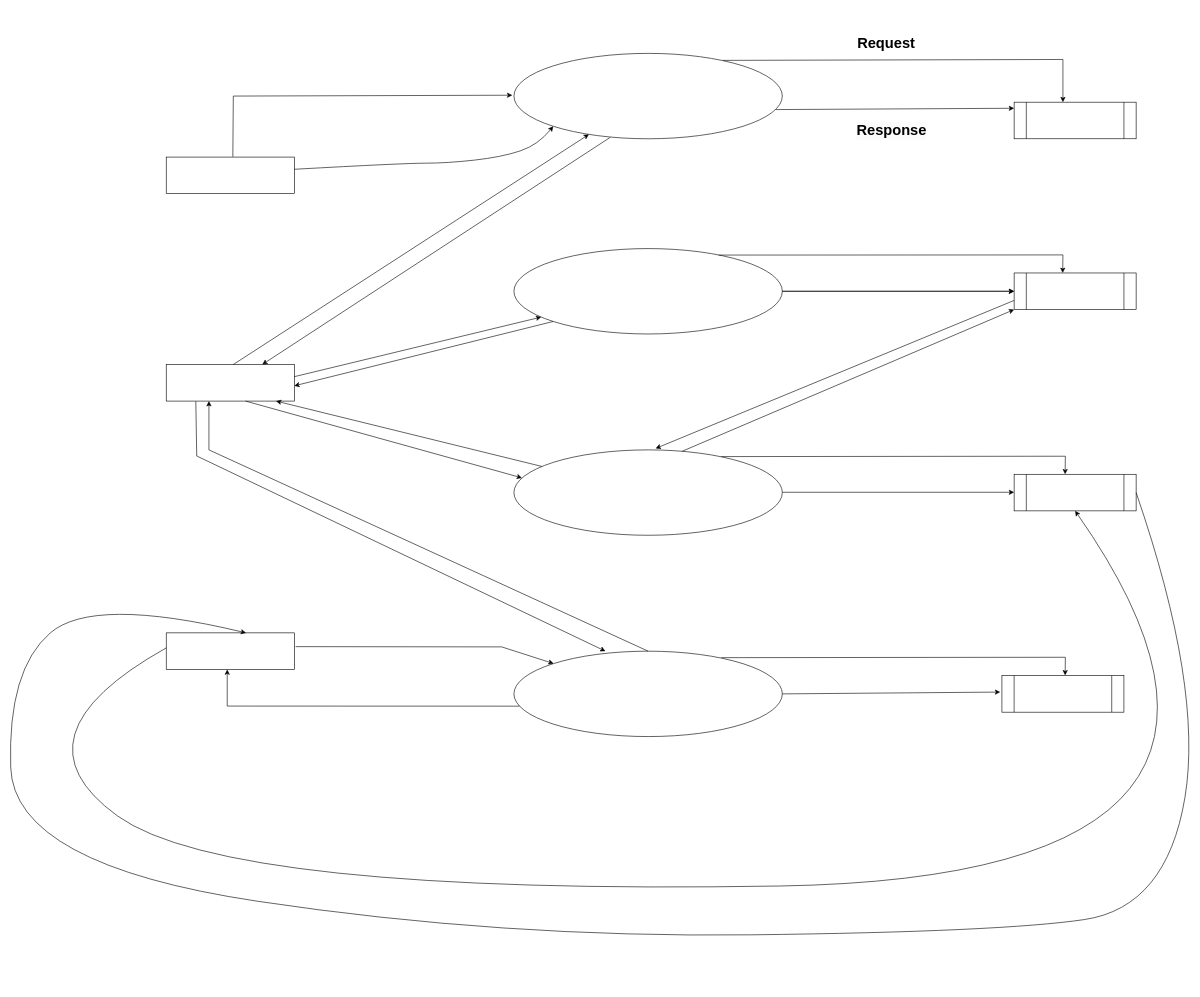
Above: Untitled Diagram.drawio in omkarjha/Online-Examination-System (draw.io), before the change. Source tidied: cells renumbered, new cells numbered last; positions are measured from the earlier drawing's top-left corner, leaving out a move shared by most shapes. Both pictures are drawn from the tidied source at 61%, with x=0, y=0 at pixel (7, 21).
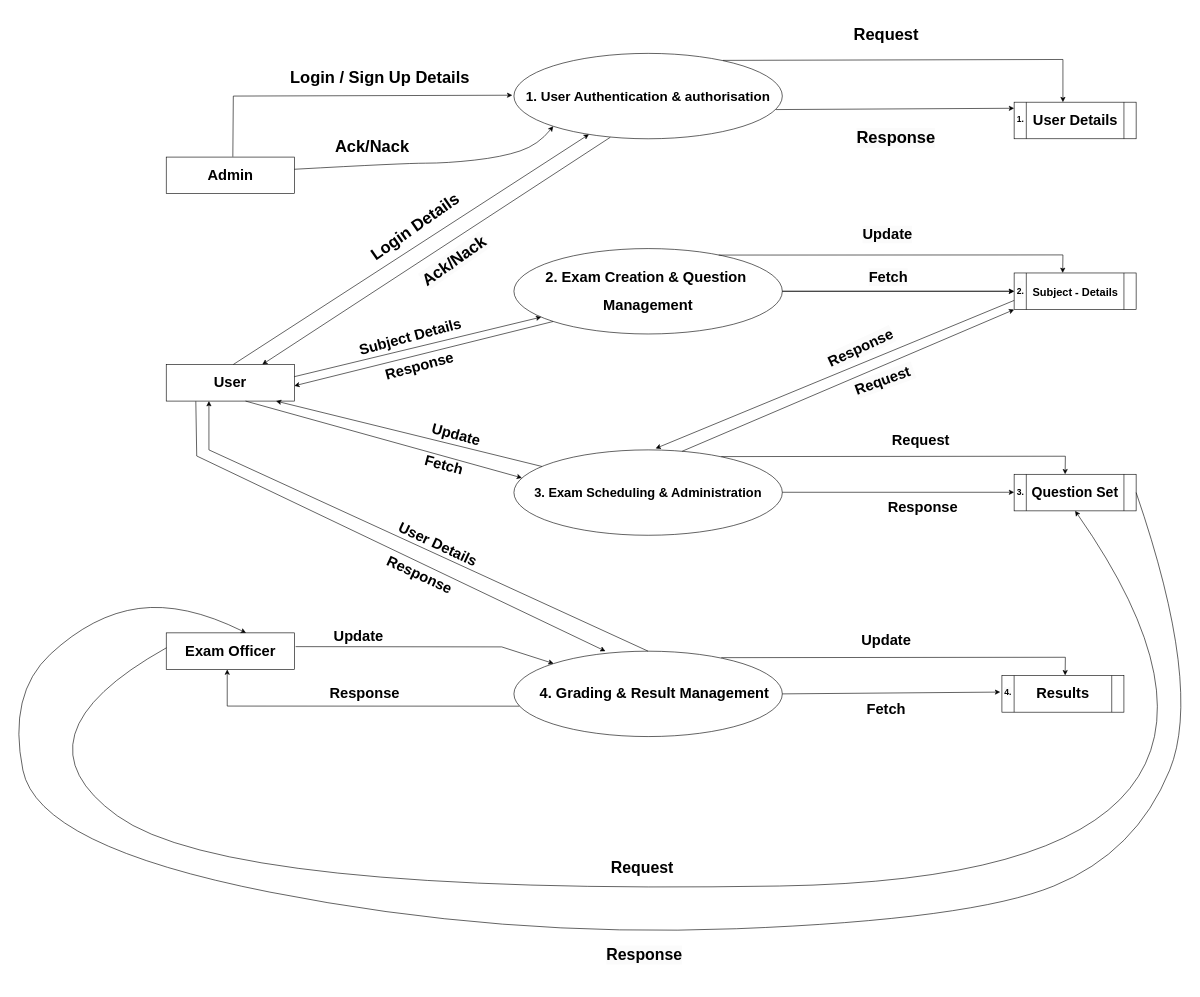
Above is the later version.

Unchanged cells that the change refers to:
```xml
<mxCell id="6" style="rounded=0;whiteSpace=wrap;html=1;" parent="1" vertex="1">
  <mxGeometry x="260" y="1002" width="210" height="60" as="geometry" />
</mxCell>
```

Diff of the diagram source:
```diff
@@
-    <mxCell id="3" style="ellipse;whiteSpace=wrap;html=1;" parent="1" vertex="1">
+    <mxCell id="3" value="&lt;h1&gt;&lt;font style=&quot;font-size: 22px;&quot;&gt;1. User Authentication &amp;amp; authorisation&lt;/font&gt;&lt;/h1&gt;" style="ellipse;whiteSpace=wrap;html=1;" parent="1" vertex="1">
       <mxGeometry x="830" y="52" width="440" height="140" as="geometry" />
     </mxCell>
@@
-    <mxCell id="5" style="rounded=0;whiteSpace=wrap;html=1;" parent="1" vertex="1">
+    <mxCell id="5" value="&lt;h1&gt;User&lt;/h1&gt;" style="rounded=0;whiteSpace=wrap;html=1;" parent="1" vertex="1">
       <mxGeometry x="260" y="562" width="210" height="60" as="geometry" />
     </mxCell>
@@
-    <mxCell id="7" style="ellipse;whiteSpace=wrap;html=1;" parent="1" vertex="1">
+    <mxCell id="7" value="&lt;h1&gt;2. Exam Creation &amp;amp; Question&amp;nbsp;&lt;/h1&gt;&lt;h1&gt;Management&lt;/h1&gt;" style="ellipse;whiteSpace=wrap;html=1;" parent="1" vertex="1">
       <mxGeometry x="830" y="372" width="440" height="140" as="geometry" />
     </mxCell>
-    <mxCell id="8" style="ellipse;whiteSpace=wrap;html=1;" parent="1" vertex="1">
+    <mxCell id="8" value="&lt;h1&gt;&lt;font style=&quot;font-size: 21px;&quot;&gt;3. Exam Scheduling &amp;amp; Administration&lt;/font&gt;&lt;/h1&gt;" style="ellipse;whiteSpace=wrap;html=1;align=center;" parent="1" vertex="1">
       <mxGeometry x="830" y="702" width="440" height="140" as="geometry" />
     </mxCell>
-    <mxCell id="9" style="ellipse;whiteSpace=wrap;html=1;" parent="1" vertex="1">
+    <mxCell id="9" style="ellipse;whiteSpace=wrap;html=1;align=left;" parent="1" vertex="1">
       <mxGeometry x="830" y="1032" width="440" height="140" as="geometry" />
     </mxCell>
@@
-    <mxCell id="11" style="shape=process;whiteSpace=wrap;html=1;backgroundOutline=1;" parent="1" vertex="1">
+    <mxCell id="11" value="&lt;h1&gt;&lt;font style=&quot;font-size: 23px;&quot;&gt;Question Set&lt;/font&gt;&lt;/h1&gt;" style="shape=process;whiteSpace=wrap;html=1;backgroundOutline=1;" parent="1" vertex="1">
       <mxGeometry x="1650" y="742" width="200" height="60" as="geometry" />
     </mxCell>
-    <mxCell id="12" style="shape=process;whiteSpace=wrap;html=1;backgroundOutline=1;" parent="1" vertex="1">
+    <mxCell id="12" value="&lt;h1&gt;Results&lt;/h1&gt;" style="shape=process;whiteSpace=wrap;html=1;backgroundOutline=1;" parent="1" vertex="1">
       <mxGeometry x="1630" y="1072" width="200" height="60" as="geometry" />
     </mxCell>
@@
     <mxCell id="35" style="curved=1;endArrow=classic;html=1;rounded=0;exitX=1;exitY=0.5;exitDx=0;exitDy=0;entryX=0.623;entryY=0;entryDx=0;entryDy=0;entryPerimeter=0;" parent="1" edge="1" source="11" target="6">
       <mxGeometry relative="1" as="geometry">
         <Array as="points">
           <mxPoint x="1960" y="1092" />
-          <mxPoint x="1900" y="1452" />
-          <mxPoint x="1630" y="1492" />
+          <mxPoint x="1850" y="1362" />
+          <mxPoint x="1580" y="1472" />
           <mxPoint x="810" y="1502" />
-          <mxPoint x="10" y="1382" />
-          <mxPoint y="1062" />
-          <mxPoint x="140" y="942" />
+          <mxPoint x="50" y="1352" />
+          <mxPoint y="1102" />
+          <mxPoint x="140" y="972" />
+          <mxPoint x="290" y="952" />
         </Array>
       </mxGeometry>
     </mxCell>
@@
-    <mxCell id="38" value="&lt;h1&gt;Request&lt;/h1&gt;" style="text;html=1;align=center;verticalAlign=middle;strokeColor=none;fillColor=none;" parent="1" vertex="1">
-      <mxGeometry x="1380" width="120" height="70" as="geometry" />
+    <mxCell id="38" value="&lt;h1&gt;&lt;font style=&quot;font-size: 27px;&quot;&gt;Request&lt;/font&gt;&lt;/h1&gt;" style="text;html=1;align=center;verticalAlign=middle;strokeColor=none;fillColor=none;" parent="1" vertex="1">
+      <mxGeometry x="1375" y="-18" width="130" height="80" as="geometry" />
     </mxCell>
-    <mxCell id="39" value="&lt;h1 style=&quot;border-color: var(--border-color); color: rgb(0, 0, 0); font-family: Helvetica; font-style: normal; font-variant-ligatures: normal; font-variant-caps: normal; letter-spacing: normal; orphans: 2; text-align: center; text-indent: 0px; text-transform: none; widows: 2; word-spacing: 0px; -webkit-text-stroke-width: 0px; background-color: rgb(251, 251, 251); text-decoration-thickness: initial; text-decoration-style: initial; text-decoration-color: initial;&quot;&gt;Response&lt;/h1&gt;" style="text;whiteSpace=wrap;html=1;" parent="1" vertex="1">
-      <mxGeometry x="1390" y="142" width="130" height="80" as="geometry" />
+    <mxCell id="39" value="&lt;h1 style=&quot;border-color: var(--border-color); color: rgb(0, 0, 0); font-family: Helvetica; font-style: normal; font-variant-ligatures: normal; font-variant-caps: normal; letter-spacing: normal; orphans: 2; text-align: center; text-indent: 0px; text-transform: none; widows: 2; word-spacing: 0px; -webkit-text-stroke-width: 0px; background-color: rgb(251, 251, 251); text-decoration-thickness: initial; text-decoration-style: initial; text-decoration-color: initial;&quot;&gt;&lt;font style=&quot;font-size: 27px;&quot;&gt;Response&lt;/font&gt;&lt;/h1&gt;" style="text;whiteSpace=wrap;html=1;strokeWidth=4;" parent="1" vertex="1">
+      <mxGeometry x="1390" y="152" width="130" height="80" as="geometry" />
     </mxCell>
+    <mxCell id="40" value="&lt;h1&gt;&lt;font style=&quot;font-size: 27px;&quot;&gt;Login / Sign Up Details&lt;/font&gt;&lt;/h1&gt;" style="text;html=1;align=center;verticalAlign=middle;strokeColor=none;fillColor=none;" parent="1" vertex="1">
+      <mxGeometry x="450" y="52" width="320" height="80" as="geometry" />
+    </mxCell>
+    <mxCell id="41" value="&lt;h1&gt;&lt;font style=&quot;font-size: 27px;&quot;&gt;Ack/Nack&lt;/font&gt;&lt;/h1&gt;" style="text;html=1;align=left;verticalAlign=middle;strokeColor=none;fillColor=none;" parent="1" vertex="1">
+      <mxGeometry x="535" y="165" width="150" height="80" as="geometry" />
+    </mxCell>
+    <mxCell id="42" value="&lt;h1&gt;&lt;font style=&quot;font-size: 27px;&quot;&gt;Login Details&lt;/font&gt;&lt;/h1&gt;" style="text;html=1;align=left;verticalAlign=middle;strokeColor=none;fillColor=none;rotation=-35;" parent="1" vertex="1">
+      <mxGeometry x="580" y="292" width="190" height="80" as="geometry" />
+    </mxCell>
+    <mxCell id="43" value="&lt;h1 style=&quot;border-color: var(--border-color); color: rgb(0, 0, 0); font-family: Helvetica; font-style: normal; font-variant-ligatures: normal; font-variant-caps: normal; letter-spacing: normal; orphans: 2; text-align: left; text-indent: 0px; text-transform: none; widows: 2; word-spacing: 0px; -webkit-text-stroke-width: 0px; background-color: rgb(251, 251, 251); text-decoration-thickness: initial; text-decoration-style: initial; text-decoration-color: initial;&quot;&gt;&lt;font style=&quot;border-color: var(--border-color); font-size: 27px;&quot;&gt;Ack/Nack&lt;/font&gt;&lt;/h1&gt;" style="text;whiteSpace=wrap;html=1;rotation=-35;" parent="1" vertex="1">
+      <mxGeometry x="670" y="342" width="160" height="90" as="geometry" />
+    </mxCell>
+    <mxCell id="44" value="&lt;h1&gt;&lt;font style=&quot;font-size: 14px;&quot;&gt;1.&lt;/font&gt;&lt;/h1&gt;" style="text;html=1;align=center;verticalAlign=middle;strokeColor=none;fillColor=none;" parent="1" vertex="1">
+      <mxGeometry x="1640" y="122" width="40" height="70" as="geometry" />
+    </mxCell>
+    <mxCell id="45" value="&lt;h1 style=&quot;border-color: var(--border-color); color: rgb(0, 0, 0); font-family: Helvetica; font-style: normal; font-variant-ligatures: normal; font-variant-caps: normal; letter-spacing: normal; orphans: 2; text-indent: 0px; text-transform: none; widows: 2; word-spacing: 0px; -webkit-text-stroke-width: 0px; background-color: rgb(251, 251, 251); text-decoration-thickness: initial; text-decoration-style: initial; text-decoration-color: initial;&quot;&gt;&lt;font style=&quot;border-color: var(--border-color); font-size: 14px;&quot;&gt;2.&lt;/font&gt;&lt;/h1&gt;" style="text;whiteSpace=wrap;html=1;align=center;" parent="1" vertex="1">
+      <mxGeometry x="1647.5" y="402" width="25" height="70" as="geometry" />
+    </mxCell>
+    <mxCell id="46" value="&lt;b style=&quot;border-color: var(--border-color); font-size: 14px;&quot;&gt;3.&lt;/b&gt;" style="text;html=1;align=center;verticalAlign=middle;strokeColor=none;fillColor=none;" parent="1" vertex="1">
+      <mxGeometry x="1640" y="757" width="40" height="30" as="geometry" />
+    </mxCell>
+    <mxCell id="47" value="&lt;p&gt;&lt;b style=&quot;border-color: var(--border-color); color: rgb(0, 0, 0); font-family: Helvetica; font-size: 14px; font-style: normal; font-variant-ligatures: normal; font-variant-caps: normal; letter-spacing: normal; orphans: 2; text-indent: 0px; text-transform: none; widows: 2; word-spacing: 0px; -webkit-text-stroke-width: 0px; background-color: rgb(251, 251, 251); text-decoration-thickness: initial; text-decoration-style: initial; text-decoration-color: initial;&quot;&gt;4.&lt;/b&gt;&lt;/p&gt;" style="text;whiteSpace=wrap;html=1;align=center;" parent="1" vertex="1">
+      <mxGeometry x="1620" y="1072" width="40" height="40" as="geometry" />
+    </mxCell>
+    <mxCell id="48" value="&lt;h1&gt;Admin&lt;/h1&gt;" style="text;html=1;align=center;verticalAlign=middle;strokeColor=none;fillColor=none;" parent="1" vertex="1">
+      <mxGeometry x="315" y="217" width="100" height="70" as="geometry" />
+    </mxCell>
+    <mxCell id="49" value="&lt;h1&gt;&lt;b&gt;Exam Officer&lt;/b&gt;&lt;/h1&gt;" style="text;html=1;align=center;verticalAlign=middle;strokeColor=none;fillColor=none;" parent="1" vertex="1">
+      <mxGeometry x="280" y="997" width="170" height="70" as="geometry" />
+    </mxCell>
+    <mxCell id="50" value="&lt;h1&gt;&lt;b&gt;4. Grading &amp;amp; Result Management&lt;/b&gt;&lt;/h1&gt;" style="text;html=1;align=center;verticalAlign=middle;strokeColor=none;fillColor=none;" parent="1" vertex="1">
+      <mxGeometry x="860" y="1067" width="400" height="70" as="geometry" />
+    </mxCell>
+    <mxCell id="51" value="&lt;h1&gt;Subject Details&lt;/h1&gt;" style="text;html=1;align=center;verticalAlign=middle;strokeColor=none;fillColor=none;rotation=-15;" parent="1" vertex="1">
+      <mxGeometry x="560" y="482" width="200" height="70" as="geometry" />
+    </mxCell>
+    <mxCell id="52" value="&lt;h1&gt;Response&lt;/h1&gt;" style="text;html=1;align=center;verticalAlign=middle;strokeColor=none;fillColor=none;rotation=-15;" parent="1" vertex="1">
+      <mxGeometry x="605" y="530" width="140" height="70" as="geometry" />
+    </mxCell>
+    <mxCell id="53" value="&lt;h1&gt;Update&lt;/h1&gt;" style="text;html=1;align=center;verticalAlign=middle;strokeColor=none;fillColor=none;rotation=15;" parent="1" vertex="1">
+      <mxGeometry x="685" y="642" width="100" height="70" as="geometry" />
+    </mxCell>
+    <mxCell id="54" value="&lt;h1&gt;&lt;b&gt;Fetch&lt;/b&gt;&lt;/h1&gt;" style="text;html=1;align=center;verticalAlign=middle;strokeColor=none;fillColor=none;rotation=15;" parent="1" vertex="1">
+      <mxGeometry x="670" y="692" width="90" height="70" as="geometry" />
+    </mxCell>
+    <mxCell id="55" value="&lt;h1&gt;User Details&lt;/h1&gt;" style="text;html=1;align=center;verticalAlign=middle;strokeColor=none;fillColor=none;rotation=25;" parent="1" vertex="1">
+      <mxGeometry x="625" y="822" width="160" height="70" as="geometry" />
+    </mxCell>
+    <mxCell id="56" value="&lt;h1&gt;Response&lt;/h1&gt;" style="text;html=1;align=center;verticalAlign=middle;strokeColor=none;fillColor=none;rotation=25;" parent="1" vertex="1">
+      <mxGeometry x="605" y="872" width="140" height="70" as="geometry" />
+    </mxCell>
+    <mxCell id="57" value="&lt;h1&gt;Update&lt;/h1&gt;" style="text;html=1;align=center;verticalAlign=middle;strokeColor=none;fillColor=none;" parent="1" vertex="1">
+      <mxGeometry x="525" y="972" width="100" height="70" as="geometry" />
+    </mxCell>
+    <mxCell id="58" value="&lt;h1&gt;Response&lt;/h1&gt;" style="text;html=1;align=center;verticalAlign=middle;strokeColor=none;fillColor=none;" parent="1" vertex="1">
+      <mxGeometry x="515" y="1067" width="140" height="70" as="geometry" />
+    </mxCell>
+    <mxCell id="59" value="&lt;h1&gt;&lt;font style=&quot;font-size: 26px;&quot;&gt;Request&lt;/font&gt;&lt;/h1&gt;" style="text;html=1;align=center;verticalAlign=middle;strokeColor=none;fillColor=none;" parent="1" vertex="1">
+      <mxGeometry x="975" y="1347" width="130" height="80" as="geometry" />
+    </mxCell>
+    <mxCell id="60" value="&lt;h1 style=&quot;border-color: var(--border-color); color: rgb(0, 0, 0); font-family: Helvetica; font-style: normal; font-variant-ligatures: normal; font-variant-caps: normal; letter-spacing: normal; orphans: 2; text-align: center; text-indent: 0px; text-transform: none; widows: 2; word-spacing: 0px; -webkit-text-stroke-width: 0px; background-color: rgb(251, 251, 251); text-decoration-thickness: initial; text-decoration-style: initial; text-decoration-color: initial;&quot;&gt;&lt;font style=&quot;border-color: var(--border-color); font-size: 26px;&quot;&gt;Response&lt;/font&gt;&lt;/h1&gt;" style="text;whiteSpace=wrap;html=1;" parent="1" vertex="1">
+      <mxGeometry x="980" y="1492" width="140" height="90" as="geometry" />
+    </mxCell>
+    <mxCell id="61" value="&lt;h1&gt;&lt;b&gt;Update&lt;/b&gt;&lt;/h1&gt;" style="text;html=1;align=center;verticalAlign=middle;strokeColor=none;fillColor=none;" parent="1" vertex="1">
+      <mxGeometry x="1390" y="980" width="100" height="70" as="geometry" />
+    </mxCell>
+    <mxCell id="62" value="&lt;h1 style=&quot;border-color: var(--border-color);&quot;&gt;Fetch&lt;/h1&gt;" style="text;html=1;align=center;verticalAlign=middle;strokeColor=none;fillColor=none;" parent="1" vertex="1">
+      <mxGeometry x="1395" y="1092" width="90" height="70" as="geometry" />
+    </mxCell>
+    <mxCell id="63" value="&lt;h1&gt;Request&amp;nbsp;&lt;/h1&gt;" style="text;html=1;align=center;verticalAlign=middle;strokeColor=none;fillColor=none;" parent="1" vertex="1">
+      <mxGeometry x="1440" y="652" width="120" height="70" as="geometry" />
+    </mxCell>
+    <mxCell id="64" value="&lt;h1&gt;Response&lt;/h1&gt;" style="text;html=1;align=center;verticalAlign=middle;strokeColor=none;fillColor=none;" parent="1" vertex="1">
+      <mxGeometry x="1430" y="762" width="140" height="70" as="geometry" />
+    </mxCell>
+    <mxCell id="65" value="&lt;h1 style=&quot;border-color: var(--border-color); color: rgb(0, 0, 0); font-family: Helvetica; font-style: normal; font-variant-ligatures: normal; font-variant-caps: normal; letter-spacing: normal; orphans: 2; text-align: center; text-indent: 0px; text-transform: none; widows: 2; word-spacing: 0px; -webkit-text-stroke-width: 0px; background-color: rgb(251, 251, 251); text-decoration-thickness: initial; text-decoration-style: initial; text-decoration-color: initial;&quot;&gt;Request&amp;nbsp;&lt;/h1&gt;" style="text;whiteSpace=wrap;html=1;rotation=-20;" parent="1" vertex="1">
+      <mxGeometry x="1380" y="547" width="130" height="50.6" as="geometry" />
+    </mxCell>
+    <mxCell id="66" value="&lt;h1 style=&quot;border-color: var(--border-color); color: rgb(0, 0, 0); font-family: Helvetica; font-style: normal; font-variant-ligatures: normal; font-variant-caps: normal; letter-spacing: normal; orphans: 2; text-align: center; text-indent: 0px; text-transform: none; widows: 2; word-spacing: 0px; -webkit-text-stroke-width: 0px; background-color: rgb(251, 251, 251); text-decoration-thickness: initial; text-decoration-style: initial; text-decoration-color: initial;&quot;&gt;Response&lt;/h1&gt;" style="text;whiteSpace=wrap;html=1;rotation=-25;" parent="1" vertex="1">
+      <mxGeometry x="1335" y="492" width="150" height="60" as="geometry" />
+    </mxCell>
+    <mxCell id="67" value="&lt;h1 style=&quot;border-color: var(--border-color); color: rgb(0, 0, 0); font-family: Helvetica; font-style: normal; font-variant-ligatures: normal; font-variant-caps: normal; letter-spacing: normal; orphans: 2; text-align: center; text-indent: 0px; text-transform: none; widows: 2; word-spacing: 0px; -webkit-text-stroke-width: 0px; background-color: rgb(251, 251, 251); text-decoration-thickness: initial; text-decoration-style: initial; text-decoration-color: initial;&quot;&gt;&lt;b style=&quot;border-color: var(--border-color);&quot;&gt;Update&lt;/b&gt;&lt;/h1&gt;" style="text;whiteSpace=wrap;html=1;" parent="1" vertex="1">
+      <mxGeometry x="1400" y="312" width="110" height="80" as="geometry" />
+    </mxCell>
+    <mxCell id="68" value="&lt;h1 style=&quot;border-color: var(--border-color); color: rgb(0, 0, 0); font-family: Helvetica; font-style: normal; font-variant-ligatures: normal; font-variant-caps: normal; letter-spacing: normal; orphans: 2; text-align: center; text-indent: 0px; text-transform: none; widows: 2; word-spacing: 0px; -webkit-text-stroke-width: 0px; background-color: rgb(251, 251, 251); text-decoration-thickness: initial; text-decoration-style: initial; text-decoration-color: initial;&quot;&gt;Fetch&lt;/h1&gt;" style="text;whiteSpace=wrap;html=1;" parent="1" vertex="1">
+      <mxGeometry x="1410" y="382" width="100" height="80" as="geometry" />
+    </mxCell>
+    <mxCell id="69" value="&lt;h1&gt;User Details&lt;/h1&gt;" style="text;html=1;align=center;verticalAlign=middle;strokeColor=none;fillColor=none;" parent="1" vertex="1">
+      <mxGeometry x="1670" y="127" width="160" height="70" as="geometry" />
+    </mxCell>
+    <mxCell id="70" value="&lt;h1&gt;&lt;font style=&quot;font-size: 18px;&quot;&gt;Subject - Details&lt;/font&gt;&lt;/h1&gt;" style="text;html=1;align=center;verticalAlign=middle;strokeColor=none;fillColor=none;" parent="1" vertex="1">
+      <mxGeometry x="1670" y="407" width="160" height="70" as="geometry" />
+    </mxCell>
```
